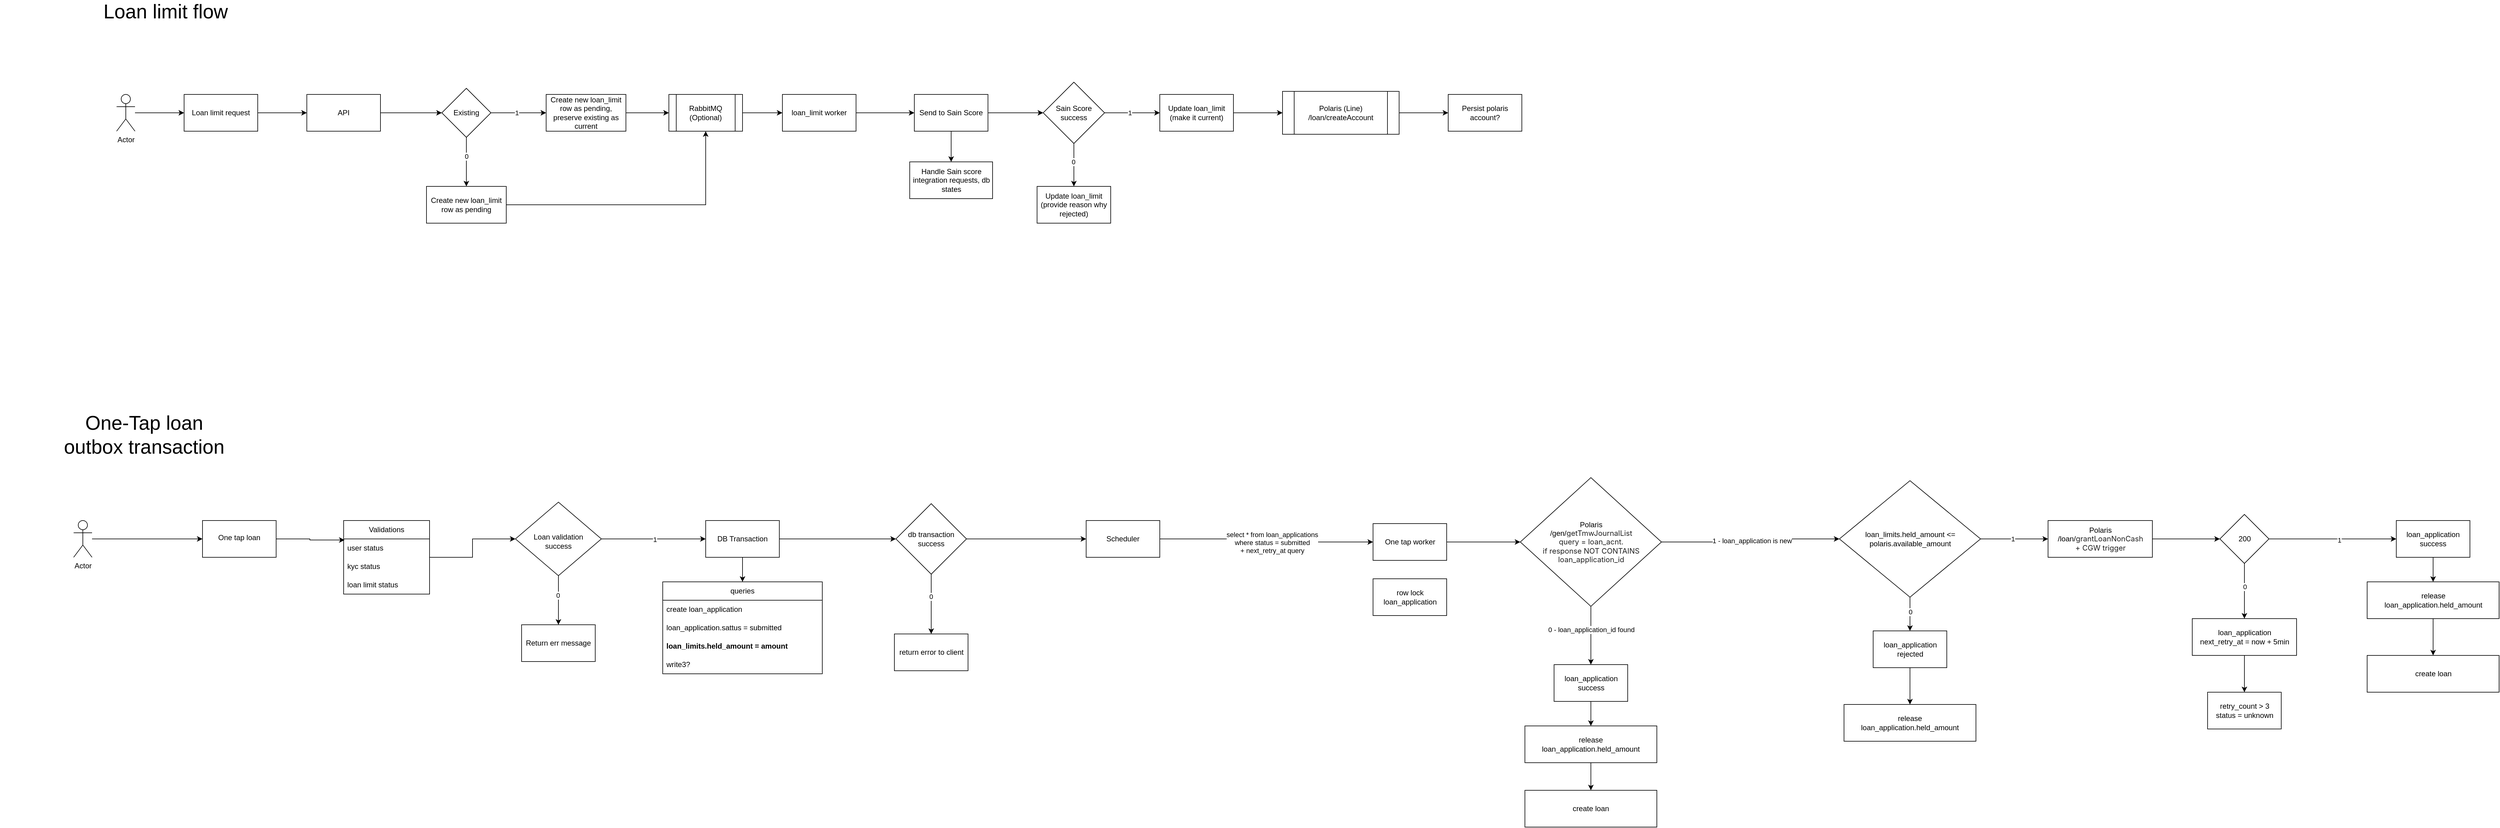
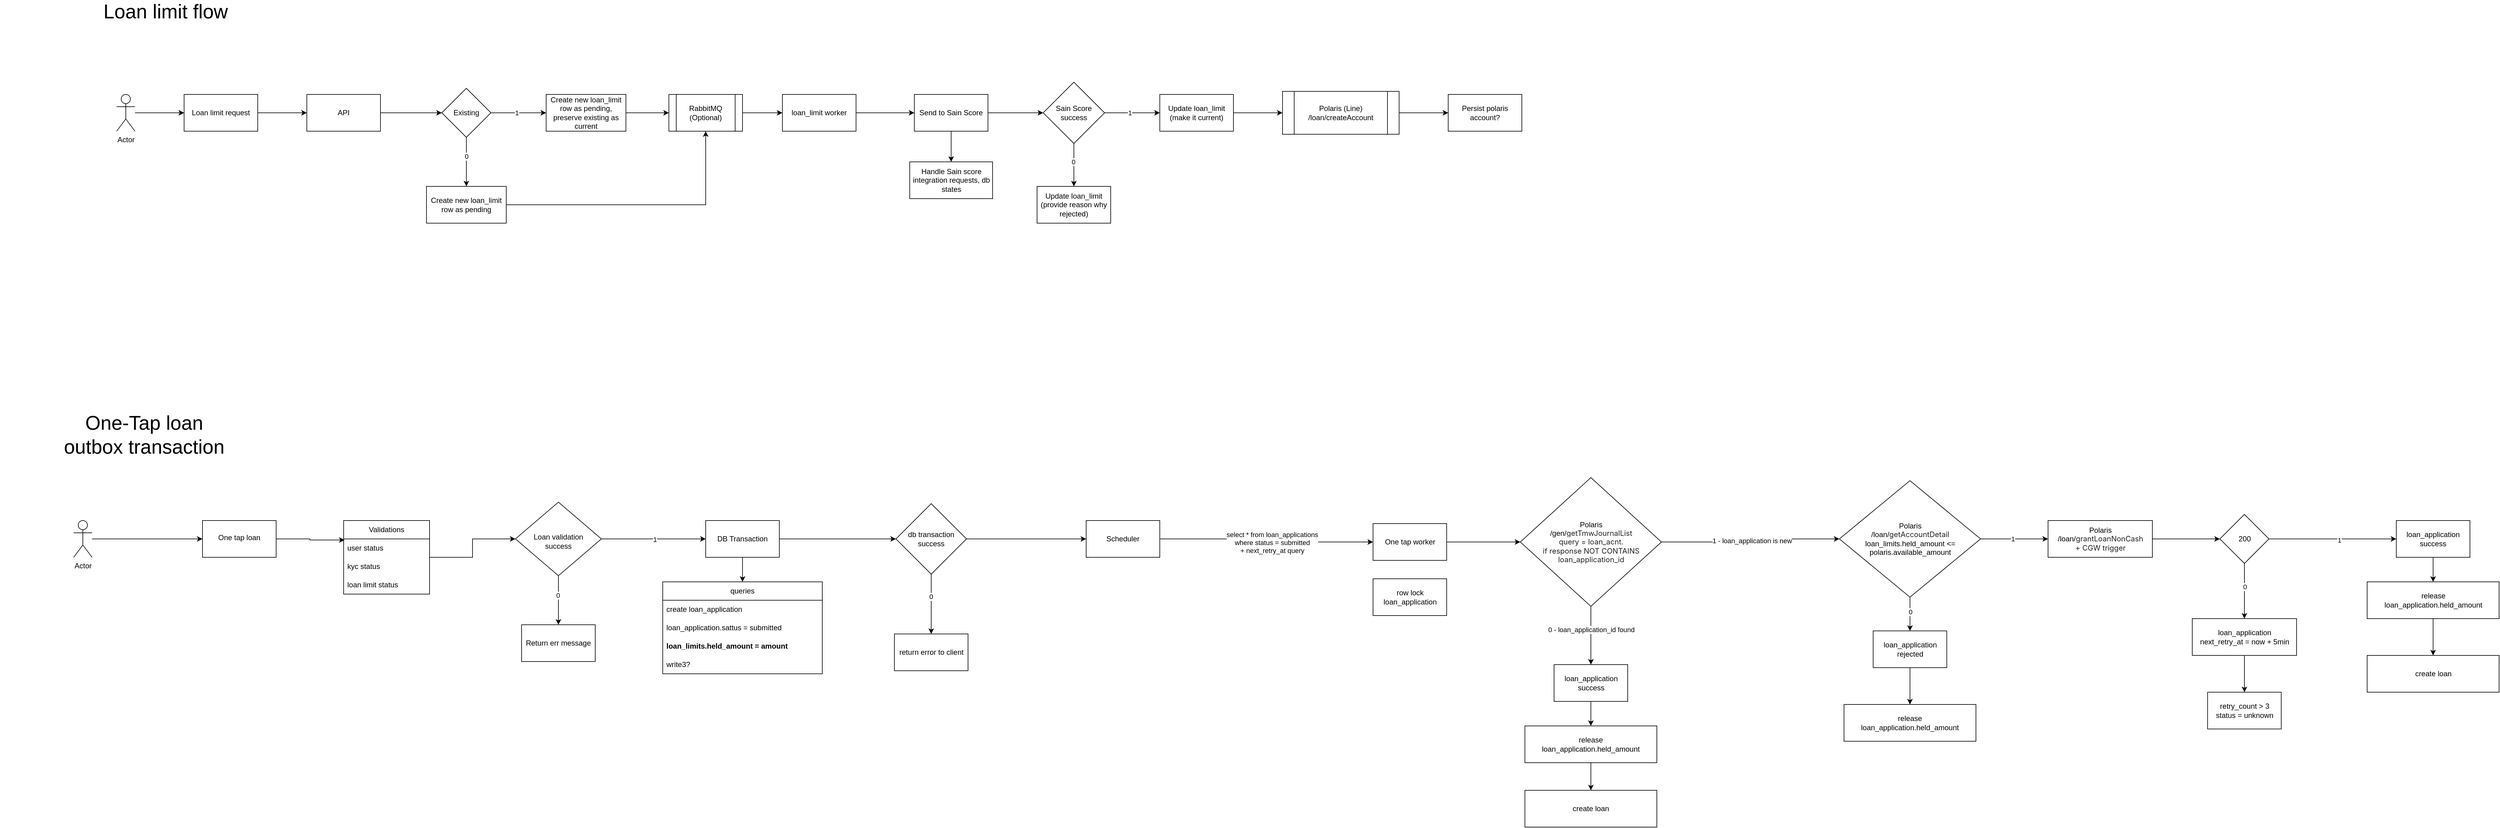
<mxfile host="app.diagrams.net">
  <diagram name="Page-1" id="VCBSuIh8bz7kurrQ0Zaz">
    <mxGraphModel dx="2067" dy="712" grid="1" gridSize="10" guides="1" tooltips="1" connect="1" arrows="1" fold="1" page="1" pageScale="1" pageWidth="850" pageHeight="1100" math="0" shadow="0">
      <root>
        <mxCell id="0" />
        <mxCell id="1" parent="0" />
        <mxCell id="KqixbsF9o6dLofBvsG9t-5" edge="1" parent="1" source="KqixbsF9o6dLofBvsG9t-1" style="edgeStyle=orthogonalEdgeStyle;rounded=0;orthogonalLoop=1;jettySize=auto;html=1;" target="KqixbsF9o6dLofBvsG9t-4" value="">
          <mxGeometry relative="1" as="geometry" />
        </mxCell>
        <mxCell id="KqixbsF9o6dLofBvsG9t-1" parent="1" style="rounded=0;whiteSpace=wrap;html=1;" value="Loan limit request" vertex="1">
          <mxGeometry height="60" width="120" x="150" y="210" as="geometry" />
        </mxCell>
        <mxCell id="KqixbsF9o6dLofBvsG9t-3" edge="1" parent="1" source="KqixbsF9o6dLofBvsG9t-2" style="edgeStyle=orthogonalEdgeStyle;rounded=0;orthogonalLoop=1;jettySize=auto;html=1;" target="KqixbsF9o6dLofBvsG9t-1" value="">
          <mxGeometry relative="1" as="geometry" />
        </mxCell>
        <mxCell id="KqixbsF9o6dLofBvsG9t-2" parent="1" style="shape=umlActor;verticalLabelPosition=bottom;verticalAlign=top;html=1;outlineConnect=0;" value="Actor" vertex="1">
          <mxGeometry height="60" width="30" x="40" y="210" as="geometry" />
        </mxCell>
        <mxCell id="KqixbsF9o6dLofBvsG9t-9" edge="1" parent="1" source="KqixbsF9o6dLofBvsG9t-4" style="edgeStyle=orthogonalEdgeStyle;rounded=0;orthogonalLoop=1;jettySize=auto;html=1;" target="KqixbsF9o6dLofBvsG9t-8" value="">
          <mxGeometry relative="1" as="geometry" />
        </mxCell>
        <mxCell id="KqixbsF9o6dLofBvsG9t-4" parent="1" style="rounded=0;whiteSpace=wrap;html=1;" value="API" vertex="1">
          <mxGeometry height="60" width="120" x="350" y="210" as="geometry" />
        </mxCell>
        <mxCell id="KqixbsF9o6dLofBvsG9t-11" edge="1" parent="1" source="KqixbsF9o6dLofBvsG9t-8" style="edgeStyle=orthogonalEdgeStyle;rounded=0;orthogonalLoop=1;jettySize=auto;html=1;" target="KqixbsF9o6dLofBvsG9t-10" value="">
          <mxGeometry relative="1" as="geometry" />
        </mxCell>
        <mxCell id="KqixbsF9o6dLofBvsG9t-12" connectable="0" parent="KqixbsF9o6dLofBvsG9t-11" style="edgeLabel;html=1;align=center;verticalAlign=middle;resizable=0;points=[];" value="1" vertex="1">
          <mxGeometry relative="1" x="-0.079" as="geometry">
            <mxPoint as="offset" />
          </mxGeometry>
        </mxCell>
        <mxCell id="KqixbsF9o6dLofBvsG9t-14" edge="1" parent="1" source="KqixbsF9o6dLofBvsG9t-8" style="edgeStyle=orthogonalEdgeStyle;rounded=0;orthogonalLoop=1;jettySize=auto;html=1;" target="KqixbsF9o6dLofBvsG9t-13" value="">
          <mxGeometry relative="1" as="geometry" />
        </mxCell>
        <mxCell id="KqixbsF9o6dLofBvsG9t-15" connectable="0" parent="KqixbsF9o6dLofBvsG9t-14" style="edgeLabel;html=1;align=center;verticalAlign=middle;resizable=0;points=[];" value="0" vertex="1">
          <mxGeometry relative="1" x="-0.2407" as="geometry">
            <mxPoint as="offset" />
          </mxGeometry>
        </mxCell>
        <mxCell id="KqixbsF9o6dLofBvsG9t-8" parent="1" style="rhombus;whiteSpace=wrap;html=1;rounded=0;" value="Existing" vertex="1">
          <mxGeometry height="80" width="80" x="570" y="200" as="geometry" />
        </mxCell>
        <mxCell id="KqixbsF9o6dLofBvsG9t-23" edge="1" parent="1" source="KqixbsF9o6dLofBvsG9t-10" style="edgeStyle=orthogonalEdgeStyle;rounded=0;orthogonalLoop=1;jettySize=auto;html=1;" target="KqixbsF9o6dLofBvsG9t-22" value="">
          <mxGeometry relative="1" as="geometry" />
        </mxCell>
        <mxCell id="KqixbsF9o6dLofBvsG9t-10" parent="1" style="whiteSpace=wrap;html=1;rounded=0;" value="Create new loan_limit row as pending, preserve existing as current" vertex="1">
          <mxGeometry height="60" width="130" x="740" y="210" as="geometry" />
        </mxCell>
        <mxCell id="KqixbsF9o6dLofBvsG9t-26" edge="1" parent="1" source="KqixbsF9o6dLofBvsG9t-13" style="edgeStyle=orthogonalEdgeStyle;rounded=0;orthogonalLoop=1;jettySize=auto;html=1;entryX=0.5;entryY=1;entryDx=0;entryDy=0;" target="KqixbsF9o6dLofBvsG9t-22">
          <mxGeometry relative="1" as="geometry" />
        </mxCell>
        <mxCell id="KqixbsF9o6dLofBvsG9t-13" parent="1" style="whiteSpace=wrap;html=1;rounded=0;" value="Create new loan_limit row as pending" vertex="1">
          <mxGeometry height="60" width="130" x="545" y="360" as="geometry" />
        </mxCell>
        <mxCell id="KqixbsF9o6dLofBvsG9t-25" edge="1" parent="1" source="KqixbsF9o6dLofBvsG9t-22" style="edgeStyle=orthogonalEdgeStyle;rounded=0;orthogonalLoop=1;jettySize=auto;html=1;" target="KqixbsF9o6dLofBvsG9t-24" value="">
          <mxGeometry relative="1" as="geometry" />
        </mxCell>
        <mxCell id="KqixbsF9o6dLofBvsG9t-22" parent="1" style="shape=process;whiteSpace=wrap;html=1;backgroundOutline=1;rounded=0;" value="RabbitMQ (Optional)" vertex="1">
          <mxGeometry height="60" width="120" x="940" y="210" as="geometry" />
        </mxCell>
        <mxCell id="KqixbsF9o6dLofBvsG9t-28" edge="1" parent="1" source="KqixbsF9o6dLofBvsG9t-24" style="edgeStyle=orthogonalEdgeStyle;rounded=0;orthogonalLoop=1;jettySize=auto;html=1;" target="KqixbsF9o6dLofBvsG9t-27" value="">
          <mxGeometry relative="1" as="geometry" />
        </mxCell>
        <mxCell id="KqixbsF9o6dLofBvsG9t-24" parent="1" style="whiteSpace=wrap;html=1;rounded=0;" value="loan_limit worker" vertex="1">
          <mxGeometry height="60" width="120" x="1125" y="210" as="geometry" />
        </mxCell>
        <mxCell id="KqixbsF9o6dLofBvsG9t-30" edge="1" parent="1" source="KqixbsF9o6dLofBvsG9t-27" style="edgeStyle=orthogonalEdgeStyle;rounded=0;orthogonalLoop=1;jettySize=auto;html=1;" target="KqixbsF9o6dLofBvsG9t-29" value="">
          <mxGeometry relative="1" as="geometry" />
        </mxCell>
        <mxCell id="KqixbsF9o6dLofBvsG9t-38" edge="1" parent="1" source="KqixbsF9o6dLofBvsG9t-27" style="edgeStyle=orthogonalEdgeStyle;rounded=0;orthogonalLoop=1;jettySize=auto;html=1;" target="KqixbsF9o6dLofBvsG9t-37" value="">
          <mxGeometry relative="1" as="geometry" />
        </mxCell>
        <mxCell id="KqixbsF9o6dLofBvsG9t-27" parent="1" style="whiteSpace=wrap;html=1;rounded=0;" value="Send to Sain Score" vertex="1">
          <mxGeometry height="60" width="120" x="1340" y="210" as="geometry" />
        </mxCell>
        <mxCell id="KqixbsF9o6dLofBvsG9t-32" edge="1" parent="1" source="KqixbsF9o6dLofBvsG9t-29" style="edgeStyle=orthogonalEdgeStyle;rounded=0;orthogonalLoop=1;jettySize=auto;html=1;" target="KqixbsF9o6dLofBvsG9t-31" value="">
          <mxGeometry relative="1" as="geometry" />
        </mxCell>
        <mxCell id="KqixbsF9o6dLofBvsG9t-33" connectable="0" parent="KqixbsF9o6dLofBvsG9t-32" style="edgeLabel;html=1;align=center;verticalAlign=middle;resizable=0;points=[];" value="1" vertex="1">
          <mxGeometry relative="1" x="-0.1048" as="geometry">
            <mxPoint as="offset" />
          </mxGeometry>
        </mxCell>
        <mxCell id="KqixbsF9o6dLofBvsG9t-35" edge="1" parent="1" source="KqixbsF9o6dLofBvsG9t-29" style="edgeStyle=orthogonalEdgeStyle;rounded=0;orthogonalLoop=1;jettySize=auto;html=1;" target="KqixbsF9o6dLofBvsG9t-34" value="">
          <mxGeometry relative="1" as="geometry" />
        </mxCell>
        <mxCell id="KqixbsF9o6dLofBvsG9t-36" connectable="0" parent="KqixbsF9o6dLofBvsG9t-35" style="edgeLabel;html=1;align=center;verticalAlign=middle;resizable=0;points=[];" value="0" vertex="1">
          <mxGeometry relative="1" x="-0.1429" y="-1" as="geometry">
            <mxPoint as="offset" />
          </mxGeometry>
        </mxCell>
        <mxCell id="KqixbsF9o6dLofBvsG9t-29" parent="1" style="rhombus;whiteSpace=wrap;html=1;rounded=0;" value="Sain Score success" vertex="1">
          <mxGeometry height="100" width="100" x="1550" y="190" as="geometry" />
        </mxCell>
        <mxCell id="KqixbsF9o6dLofBvsG9t-66" edge="1" parent="1" source="KqixbsF9o6dLofBvsG9t-31" style="edgeStyle=orthogonalEdgeStyle;rounded=0;orthogonalLoop=1;jettySize=auto;html=1;" target="KqixbsF9o6dLofBvsG9t-65" value="">
          <mxGeometry relative="1" as="geometry" />
        </mxCell>
        <mxCell id="KqixbsF9o6dLofBvsG9t-31" parent="1" style="whiteSpace=wrap;html=1;rounded=0;" value="Update loan_limit (make it current)" vertex="1">
          <mxGeometry height="60" width="120" x="1740" y="210" as="geometry" />
        </mxCell>
        <mxCell id="KqixbsF9o6dLofBvsG9t-34" parent="1" style="whiteSpace=wrap;html=1;rounded=0;" value="Update loan_limit&lt;br&gt;(provide reason why rejected)" vertex="1">
          <mxGeometry height="60" width="120" x="1540" y="360" as="geometry" />
        </mxCell>
        <mxCell id="KqixbsF9o6dLofBvsG9t-37" parent="1" style="whiteSpace=wrap;html=1;rounded=0;" value="Handle Sain score integration requests, db states" vertex="1">
          <mxGeometry height="60" width="135" x="1332.5" y="320" as="geometry" />
        </mxCell>
        <mxCell id="KqixbsF9o6dLofBvsG9t-40" parent="1" style="text;html=1;whiteSpace=wrap;strokeColor=none;fillColor=none;align=center;verticalAlign=middle;rounded=0;fontSize=32;" value="Loan limit flow" vertex="1">
          <mxGeometry height="30" width="260" x="-10" y="60" as="geometry" />
        </mxCell>
        <mxCell id="KqixbsF9o6dLofBvsG9t-74" edge="1" parent="1" source="KqixbsF9o6dLofBvsG9t-65" style="edgeStyle=orthogonalEdgeStyle;rounded=0;orthogonalLoop=1;jettySize=auto;html=1;" target="KqixbsF9o6dLofBvsG9t-73" value="">
          <mxGeometry relative="1" as="geometry" />
        </mxCell>
        <mxCell id="KqixbsF9o6dLofBvsG9t-65" parent="1" style="shape=process;whiteSpace=wrap;html=1;backgroundOutline=1;rounded=0;" value="Polaris (Line)&lt;br&gt;/loan/createAccount" vertex="1">
          <mxGeometry height="70" width="190" x="1940" y="205" as="geometry" />
        </mxCell>
        <mxCell id="KqixbsF9o6dLofBvsG9t-73" parent="1" style="whiteSpace=wrap;html=1;rounded=0;" value="Persist polaris account?" vertex="1">
          <mxGeometry height="60" width="120" x="2210" y="210" as="geometry" />
        </mxCell>
        <mxCell id="U8Ajh8Gpa-m2DNKNFQys-1" parent="1" style="text;html=1;whiteSpace=wrap;strokeColor=none;fillColor=none;align=center;verticalAlign=middle;rounded=0;fontSize=32;" value="One-Tap loan&lt;br&gt;outbox transaction" vertex="1">
          <mxGeometry height="30" width="470" x="-150" y="750" as="geometry" />
        </mxCell>
        <mxCell id="In8fDh9ZLN2M87an2Miy-1" edge="1" parent="1" source="In8fDh9ZLN2M87an2Miy-2" style="edgeStyle=orthogonalEdgeStyle;rounded=0;orthogonalLoop=1;jettySize=auto;html=1;" target="In8fDh9ZLN2M87an2Miy-4" value="">
          <mxGeometry relative="1" as="geometry" />
        </mxCell>
        <mxCell id="In8fDh9ZLN2M87an2Miy-2" parent="1" style="shape=umlActor;verticalLabelPosition=bottom;verticalAlign=top;html=1;outlineConnect=0;" value="Actor" vertex="1">
          <mxGeometry height="60" width="30" x="-30" y="905" as="geometry" />
        </mxCell>
        <mxCell id="In8fDh9ZLN2M87an2Miy-3" edge="1" parent="1" source="In8fDh9ZLN2M87an2Miy-4" style="edgeStyle=orthogonalEdgeStyle;rounded=0;orthogonalLoop=1;jettySize=auto;html=1;entryX=0.011;entryY=0.06;entryDx=0;entryDy=0;entryPerimeter=0;" target="In8fDh9ZLN2M87an2Miy-28" value="">
          <mxGeometry relative="1" as="geometry">
            <mxPoint x="390" y="935" as="targetPoint" />
          </mxGeometry>
        </mxCell>
        <mxCell id="In8fDh9ZLN2M87an2Miy-4" parent="1" style="whiteSpace=wrap;html=1;verticalAlign=top;" value="&lt;div&gt;&lt;br&gt;&lt;/div&gt;&lt;div&gt;One tap loan&lt;/div&gt;" vertex="1">
          <mxGeometry height="60" width="120" x="180" y="905" as="geometry" />
        </mxCell>
        <mxCell id="In8fDh9ZLN2M87an2Miy-5" edge="1" parent="1" source="In8fDh9ZLN2M87an2Miy-9" style="edgeStyle=orthogonalEdgeStyle;rounded=0;orthogonalLoop=1;jettySize=auto;html=1;" target="In8fDh9ZLN2M87an2Miy-12" value="">
          <mxGeometry relative="1" as="geometry" />
        </mxCell>
        <mxCell id="In8fDh9ZLN2M87an2Miy-6" connectable="0" parent="In8fDh9ZLN2M87an2Miy-5" style="edgeLabel;html=1;align=center;verticalAlign=middle;resizable=0;points=[];" value="1" vertex="1">
          <mxGeometry relative="1" x="0.0162" y="-1" as="geometry">
            <mxPoint as="offset" />
          </mxGeometry>
        </mxCell>
        <mxCell id="In8fDh9ZLN2M87an2Miy-7" edge="1" parent="1" source="In8fDh9ZLN2M87an2Miy-9" style="edgeStyle=orthogonalEdgeStyle;rounded=0;orthogonalLoop=1;jettySize=auto;html=1;" target="In8fDh9ZLN2M87an2Miy-13" value="">
          <mxGeometry relative="1" as="geometry" />
        </mxCell>
        <mxCell id="In8fDh9ZLN2M87an2Miy-8" connectable="0" parent="In8fDh9ZLN2M87an2Miy-7" style="edgeLabel;html=1;align=center;verticalAlign=middle;resizable=0;points=[];" value="0" vertex="1">
          <mxGeometry relative="1" x="-0.2091" y="-1" as="geometry">
            <mxPoint as="offset" />
          </mxGeometry>
        </mxCell>
        <mxCell id="In8fDh9ZLN2M87an2Miy-9" parent="1" style="rhombus;whiteSpace=wrap;html=1;verticalAlign=top;" value="&lt;br&gt;&lt;br&gt;&lt;div&gt;&lt;br&gt;&lt;/div&gt;&lt;div&gt;Loan validation&lt;br&gt;success&lt;/div&gt;" vertex="1">
          <mxGeometry height="120" width="140" x="690" y="875" as="geometry" />
        </mxCell>
        <mxCell id="In8fDh9ZLN2M87an2Miy-10" edge="1" parent="1" source="In8fDh9ZLN2M87an2Miy-12" style="edgeStyle=orthogonalEdgeStyle;rounded=0;orthogonalLoop=1;jettySize=auto;html=1;entryX=0.5;entryY=0;entryDx=0;entryDy=0;" target="In8fDh9ZLN2M87an2Miy-14">
          <mxGeometry relative="1" as="geometry" />
        </mxCell>
        <mxCell id="In8fDh9ZLN2M87an2Miy-54" edge="1" parent="1" source="In8fDh9ZLN2M87an2Miy-105" style="edgeStyle=orthogonalEdgeStyle;rounded=0;orthogonalLoop=1;jettySize=auto;html=1;exitX=1;exitY=0.5;exitDx=0;exitDy=0;" target="In8fDh9ZLN2M87an2Miy-53" value="">
          <mxGeometry relative="1" as="geometry">
            <mxPoint x="1830" y="940" as="sourcePoint" />
          </mxGeometry>
        </mxCell>
        <mxCell id="In8fDh9ZLN2M87an2Miy-55" connectable="0" parent="In8fDh9ZLN2M87an2Miy-54" style="edgeLabel;html=1;align=center;verticalAlign=middle;resizable=0;points=[];" value="select * from loan_applications&lt;br&gt;where status = submitted&lt;br&gt;+ next_retry_at query" vertex="1">
          <mxGeometry relative="1" x="0.0637" y="-1" as="geometry">
            <mxPoint as="offset" />
          </mxGeometry>
        </mxCell>
        <mxCell id="In8fDh9ZLN2M87an2Miy-99" edge="1" parent="1" source="In8fDh9ZLN2M87an2Miy-12" style="edgeStyle=orthogonalEdgeStyle;rounded=0;orthogonalLoop=1;jettySize=auto;html=1;" target="In8fDh9ZLN2M87an2Miy-98" value="">
          <mxGeometry relative="1" as="geometry" />
        </mxCell>
        <mxCell id="In8fDh9ZLN2M87an2Miy-12" parent="1" style="whiteSpace=wrap;html=1;verticalAlign=middle;" value="DB Transaction" vertex="1">
          <mxGeometry height="60" width="120" x="1000" y="905" as="geometry" />
        </mxCell>
        <mxCell id="In8fDh9ZLN2M87an2Miy-13" parent="1" style="whiteSpace=wrap;html=1;verticalAlign=middle;" value="Return err message" vertex="1">
          <mxGeometry height="60" width="120" x="700" y="1075" as="geometry" />
        </mxCell>
        <mxCell id="In8fDh9ZLN2M87an2Miy-14" parent="1" style="swimlane;fontStyle=0;childLayout=stackLayout;horizontal=1;startSize=30;horizontalStack=0;resizeParent=1;resizeParentMax=0;resizeLast=0;collapsible=1;marginBottom=0;whiteSpace=wrap;html=1;" value="queries" vertex="1">
          <mxGeometry height="150" width="260" x="930" y="1005" as="geometry" />
        </mxCell>
        <mxCell id="In8fDh9ZLN2M87an2Miy-15" parent="In8fDh9ZLN2M87an2Miy-14" style="text;strokeColor=none;fillColor=none;align=left;verticalAlign=middle;spacingLeft=4;spacingRight=4;overflow=hidden;points=[[0,0.5],[1,0.5]];portConstraint=eastwest;rotatable=0;whiteSpace=wrap;html=1;" value="create loan_application" vertex="1">
          <mxGeometry height="30" width="260" y="30" as="geometry" />
        </mxCell>
        <mxCell id="In8fDh9ZLN2M87an2Miy-104" parent="In8fDh9ZLN2M87an2Miy-14" style="text;strokeColor=none;fillColor=none;align=left;verticalAlign=middle;spacingLeft=4;spacingRight=4;overflow=hidden;points=[[0,0.5],[1,0.5]];portConstraint=eastwest;rotatable=0;whiteSpace=wrap;html=1;" value="loan_application.sattus = submitted" vertex="1">
          <mxGeometry height="30" width="260" y="60" as="geometry" />
        </mxCell>
        <mxCell id="In8fDh9ZLN2M87an2Miy-16" parent="In8fDh9ZLN2M87an2Miy-14" style="text;strokeColor=none;fillColor=none;align=left;verticalAlign=middle;spacingLeft=4;spacingRight=4;overflow=hidden;points=[[0,0.5],[1,0.5]];portConstraint=eastwest;rotatable=0;whiteSpace=wrap;html=1;fontStyle=1" value="loan_limits.held_amount = amount" vertex="1">
          <mxGeometry height="30" width="260" y="90" as="geometry" />
        </mxCell>
        <mxCell id="In8fDh9ZLN2M87an2Miy-17" parent="In8fDh9ZLN2M87an2Miy-14" style="text;strokeColor=none;fillColor=none;align=left;verticalAlign=middle;spacingLeft=4;spacingRight=4;overflow=hidden;points=[[0,0.5],[1,0.5]];portConstraint=eastwest;rotatable=0;whiteSpace=wrap;html=1;" value="write3?" vertex="1">
          <mxGeometry height="30" width="260" y="120" as="geometry" />
        </mxCell>
        <mxCell id="In8fDh9ZLN2M87an2Miy-32" edge="1" parent="1" source="In8fDh9ZLN2M87an2Miy-27" style="edgeStyle=orthogonalEdgeStyle;rounded=0;orthogonalLoop=1;jettySize=auto;html=1;entryX=0;entryY=0.5;entryDx=0;entryDy=0;" target="In8fDh9ZLN2M87an2Miy-9">
          <mxGeometry relative="1" as="geometry" />
        </mxCell>
        <mxCell id="In8fDh9ZLN2M87an2Miy-27" parent="1" style="swimlane;fontStyle=0;childLayout=stackLayout;horizontal=1;startSize=30;horizontalStack=0;resizeParent=1;resizeParentMax=0;resizeLast=0;collapsible=1;marginBottom=0;whiteSpace=wrap;html=1;" value="Validations" vertex="1">
          <mxGeometry height="120" width="140" x="410" y="905" as="geometry" />
        </mxCell>
        <mxCell id="In8fDh9ZLN2M87an2Miy-28" parent="In8fDh9ZLN2M87an2Miy-27" style="text;strokeColor=none;fillColor=none;align=left;verticalAlign=middle;spacingLeft=4;spacingRight=4;overflow=hidden;points=[[0,0.5],[1,0.5]];portConstraint=eastwest;rotatable=0;whiteSpace=wrap;html=1;" value="user status" vertex="1">
          <mxGeometry height="30" width="140" y="30" as="geometry" />
        </mxCell>
        <mxCell id="In8fDh9ZLN2M87an2Miy-29" parent="In8fDh9ZLN2M87an2Miy-27" style="text;strokeColor=none;fillColor=none;align=left;verticalAlign=middle;spacingLeft=4;spacingRight=4;overflow=hidden;points=[[0,0.5],[1,0.5]];portConstraint=eastwest;rotatable=0;whiteSpace=wrap;html=1;" value="kyc status" vertex="1">
          <mxGeometry height="30" width="140" y="60" as="geometry" />
        </mxCell>
        <mxCell id="In8fDh9ZLN2M87an2Miy-33" parent="In8fDh9ZLN2M87an2Miy-27" style="text;strokeColor=none;fillColor=none;align=left;verticalAlign=middle;spacingLeft=4;spacingRight=4;overflow=hidden;points=[[0,0.5],[1,0.5]];portConstraint=eastwest;rotatable=0;whiteSpace=wrap;html=1;" value="loan limit status" vertex="1">
          <mxGeometry height="30" width="140" y="90" as="geometry" />
        </mxCell>
        <mxCell id="In8fDh9ZLN2M87an2Miy-70" edge="1" parent="1" source="In8fDh9ZLN2M87an2Miy-53" style="edgeStyle=orthogonalEdgeStyle;rounded=0;orthogonalLoop=1;jettySize=auto;html=1;entryX=0;entryY=0.5;entryDx=0;entryDy=0;" target="In8fDh9ZLN2M87an2Miy-69">
          <mxGeometry relative="1" as="geometry" />
        </mxCell>
        <mxCell id="In8fDh9ZLN2M87an2Miy-53" parent="1" style="whiteSpace=wrap;html=1;" value="One tap worker" vertex="1">
          <mxGeometry height="60" width="120" x="2087.5" y="910" as="geometry" />
        </mxCell>
        <mxCell id="In8fDh9ZLN2M87an2Miy-67" edge="1" parent="1" source="In8fDh9ZLN2M87an2Miy-58" style="edgeStyle=orthogonalEdgeStyle;rounded=0;orthogonalLoop=1;jettySize=auto;html=1;entryX=0;entryY=0.5;entryDx=0;entryDy=0;" target="In8fDh9ZLN2M87an2Miy-66" value="">
          <mxGeometry relative="1" as="geometry">
            <mxPoint x="3482.5" y="935" as="targetPoint" />
          </mxGeometry>
        </mxCell>
        <mxCell id="In8fDh9ZLN2M87an2Miy-58" parent="1" style="whiteSpace=wrap;html=1;" value="Polaris /loan/&lt;span style=&quot;color: rgb(33, 33, 33); font-family: Inter, system-ui, -apple-system, &amp;quot;system-ui&amp;quot;, &amp;quot;Segoe UI&amp;quot;, Roboto, Oxygen, Ubuntu, Cantarell, &amp;quot;Fira Sans&amp;quot;, &amp;quot;Droid Sans&amp;quot;, Helvetica, Arial, sans-serif; text-align: left; white-space: pre-wrap; background-color: rgb(255, 255, 255);&quot;&gt;grantLoanNonCash&lt;br/&gt;+ CGW trigger&lt;/span&gt;" vertex="1">
          <mxGeometry height="60" width="170" x="3187.5" y="905" as="geometry" />
        </mxCell>
        <mxCell id="In8fDh9ZLN2M87an2Miy-62" edge="1" parent="1" source="In8fDh9ZLN2M87an2Miy-59" style="edgeStyle=orthogonalEdgeStyle;rounded=0;orthogonalLoop=1;jettySize=auto;html=1;" target="In8fDh9ZLN2M87an2Miy-61" value="">
          <mxGeometry relative="1" as="geometry" />
        </mxCell>
        <mxCell id="In8fDh9ZLN2M87an2Miy-91" connectable="0" parent="In8fDh9ZLN2M87an2Miy-62" style="edgeLabel;html=1;align=center;verticalAlign=middle;resizable=0;points=[];" value="0" vertex="1">
          <mxGeometry relative="1" x="-0.1431" as="geometry">
            <mxPoint as="offset" />
          </mxGeometry>
        </mxCell>
        <mxCell id="In8fDh9ZLN2M87an2Miy-65" edge="1" parent="1" source="In8fDh9ZLN2M87an2Miy-59" style="edgeStyle=orthogonalEdgeStyle;rounded=0;orthogonalLoop=1;jettySize=auto;html=1;" target="In8fDh9ZLN2M87an2Miy-58">
          <mxGeometry relative="1" as="geometry" />
        </mxCell>
        <mxCell id="In8fDh9ZLN2M87an2Miy-90" connectable="0" parent="In8fDh9ZLN2M87an2Miy-65" style="edgeLabel;html=1;align=center;verticalAlign=middle;resizable=0;points=[];" value="1" vertex="1">
          <mxGeometry relative="1" x="-0.0451" as="geometry">
            <mxPoint as="offset" />
          </mxGeometry>
        </mxCell>
-         <mxCell id="In8fDh9ZLN2M87an2Miy-59" parent="1" style="rhombus;whiteSpace=wrap;html=1;" value="loan_limits.held_amount &amp;lt;= polaris.available_amount" vertex="1">
+         <mxCell id="In8fDh9ZLN2M87an2Miy-59" parent="1" style="rhombus;whiteSpace=wrap;html=1;" value="Polaris&lt;br&gt;/loan/&lt;span style=&quot;color: rgb(33, 33, 33); font-family: Inter, system-ui, -apple-system, &amp;quot;system-ui&amp;quot;, &amp;quot;Segoe UI&amp;quot;, Roboto, Oxygen, Ubuntu, Cantarell, &amp;quot;Fira Sans&amp;quot;, &amp;quot;Droid Sans&amp;quot;, Helvetica, Arial, sans-serif; text-align: left; white-space: pre-wrap; background-color: rgb(255, 255, 255);&quot;&gt;getAccountDetail&lt;/span&gt;&lt;br&gt;loan_limits.held_amount &amp;lt;= polaris.available_amount" vertex="1">
          <mxGeometry height="190" width="230" x="2847.5" y="840" as="geometry" />
        </mxCell>
        <mxCell id="In8fDh9ZLN2M87an2Miy-64" edge="1" parent="1" source="In8fDh9ZLN2M87an2Miy-61" style="edgeStyle=orthogonalEdgeStyle;rounded=0;orthogonalLoop=1;jettySize=auto;html=1;" target="In8fDh9ZLN2M87an2Miy-63" value="">
          <mxGeometry relative="1" as="geometry" />
        </mxCell>
        <mxCell id="In8fDh9ZLN2M87an2Miy-61" parent="1" style="whiteSpace=wrap;html=1;" value="loan_application&lt;br&gt;rejected" vertex="1">
          <mxGeometry height="60" width="120" x="2902.5" y="1085" as="geometry" />
        </mxCell>
        <mxCell id="In8fDh9ZLN2M87an2Miy-63" parent="1" style="whiteSpace=wrap;html=1;" value="release &lt;br&gt;loan_application.held_amount" vertex="1">
          <mxGeometry height="60" width="215" x="2855" y="1205" as="geometry" />
        </mxCell>
        <mxCell id="In8fDh9ZLN2M87an2Miy-81" edge="1" parent="1" source="In8fDh9ZLN2M87an2Miy-66" style="edgeStyle=orthogonalEdgeStyle;rounded=0;orthogonalLoop=1;jettySize=auto;html=1;entryX=0;entryY=0.5;entryDx=0;entryDy=0;" target="In8fDh9ZLN2M87an2Miy-79">
          <mxGeometry relative="1" as="geometry" />
        </mxCell>
        <mxCell id="In8fDh9ZLN2M87an2Miy-92" connectable="0" parent="In8fDh9ZLN2M87an2Miy-81" style="edgeLabel;html=1;align=center;verticalAlign=middle;resizable=0;points=[];" value="1" vertex="1">
          <mxGeometry relative="1" x="0.1055" y="-2" as="geometry">
            <mxPoint as="offset" />
          </mxGeometry>
        </mxCell>
        <mxCell id="In8fDh9ZLN2M87an2Miy-83" edge="1" parent="1" source="In8fDh9ZLN2M87an2Miy-66" style="edgeStyle=orthogonalEdgeStyle;rounded=0;orthogonalLoop=1;jettySize=auto;html=1;" target="In8fDh9ZLN2M87an2Miy-82" value="">
          <mxGeometry relative="1" as="geometry" />
        </mxCell>
        <mxCell id="In8fDh9ZLN2M87an2Miy-93" connectable="0" parent="In8fDh9ZLN2M87an2Miy-83" style="edgeLabel;html=1;align=center;verticalAlign=middle;resizable=0;points=[];" value="0" vertex="1">
          <mxGeometry relative="1" x="-0.1623" as="geometry">
            <mxPoint as="offset" />
          </mxGeometry>
        </mxCell>
        <mxCell id="In8fDh9ZLN2M87an2Miy-66" parent="1" style="rhombus;whiteSpace=wrap;html=1;" value="200" vertex="1">
          <mxGeometry height="80" width="80" x="3467.5" y="895" as="geometry" />
        </mxCell>
        <mxCell id="In8fDh9ZLN2M87an2Miy-68" parent="1" style="whiteSpace=wrap;html=1;" value="row lock&lt;br&gt;loan_application" vertex="1">
          <mxGeometry height="60" width="120" x="2087.5" y="1000" as="geometry" />
        </mxCell>
        <mxCell id="In8fDh9ZLN2M87an2Miy-71" edge="1" parent="1" source="In8fDh9ZLN2M87an2Miy-69" style="edgeStyle=orthogonalEdgeStyle;rounded=0;orthogonalLoop=1;jettySize=auto;html=1;entryX=0;entryY=0.5;entryDx=0;entryDy=0;" target="In8fDh9ZLN2M87an2Miy-59">
          <mxGeometry relative="1" as="geometry" />
        </mxCell>
        <mxCell id="In8fDh9ZLN2M87an2Miy-77" connectable="0" parent="In8fDh9ZLN2M87an2Miy-71" style="edgeLabel;html=1;align=center;verticalAlign=middle;resizable=0;points=[];" value="1 - loan_application is new" vertex="1">
          <mxGeometry relative="1" x="0.0312" y="-3" as="geometry">
            <mxPoint as="offset" />
          </mxGeometry>
        </mxCell>
        <mxCell id="In8fDh9ZLN2M87an2Miy-73" edge="1" parent="1" source="In8fDh9ZLN2M87an2Miy-69" style="edgeStyle=orthogonalEdgeStyle;rounded=0;orthogonalLoop=1;jettySize=auto;html=1;" target="In8fDh9ZLN2M87an2Miy-72" value="">
          <mxGeometry relative="1" as="geometry" />
        </mxCell>
        <mxCell id="In8fDh9ZLN2M87an2Miy-74" connectable="0" parent="In8fDh9ZLN2M87an2Miy-73" style="edgeLabel;html=1;align=center;verticalAlign=middle;resizable=0;points=[];" value="0 - loan_application_id found" vertex="1">
          <mxGeometry relative="1" x="-0.1975" as="geometry">
            <mxPoint as="offset" />
          </mxGeometry>
        </mxCell>
        <mxCell id="In8fDh9ZLN2M87an2Miy-69" parent="1" style="rhombus;whiteSpace=wrap;html=1;" value="Polaris&lt;br&gt;/gen/&lt;span style=&quot;white-space: pre-wrap; color: rgb(33, 33, 33); font-family: Inter, system-ui, -apple-system, &amp;quot;system-ui&amp;quot;, &amp;quot;Segoe UI&amp;quot;, Roboto, Oxygen, Ubuntu, Cantarell, &amp;quot;Fira Sans&amp;quot;, &amp;quot;Droid Sans&amp;quot;, Helvetica, Arial, sans-serif; text-align: left; background-color: rgb(255, 255, 255);&quot;&gt;getTmwJournalList&lt;br&gt;query = loan_acnt.&lt;br&gt;if response NOT CONTAINS&lt;br&gt;loan_application_id&lt;/span&gt;" vertex="1">
          <mxGeometry height="210" width="230" x="2327.5" y="835" as="geometry" />
        </mxCell>
        <mxCell id="In8fDh9ZLN2M87an2Miy-76" edge="1" parent="1" source="In8fDh9ZLN2M87an2Miy-72" style="edgeStyle=orthogonalEdgeStyle;rounded=0;orthogonalLoop=1;jettySize=auto;html=1;" target="In8fDh9ZLN2M87an2Miy-75" value="">
          <mxGeometry relative="1" as="geometry" />
        </mxCell>
        <mxCell id="In8fDh9ZLN2M87an2Miy-72" parent="1" style="whiteSpace=wrap;html=1;" value="loan_application&lt;br&gt;success" vertex="1">
          <mxGeometry height="60" width="120" x="2382.5" y="1140" as="geometry" />
        </mxCell>
        <mxCell id="In8fDh9ZLN2M87an2Miy-85" edge="1" parent="1" source="In8fDh9ZLN2M87an2Miy-75" style="edgeStyle=orthogonalEdgeStyle;rounded=0;orthogonalLoop=1;jettySize=auto;html=1;" target="In8fDh9ZLN2M87an2Miy-84" value="">
          <mxGeometry relative="1" as="geometry" />
        </mxCell>
        <mxCell id="In8fDh9ZLN2M87an2Miy-75" parent="1" style="whiteSpace=wrap;html=1;" value="release &lt;br&gt;loan_application.held_amount" vertex="1">
          <mxGeometry height="60" width="215" x="2335" y="1240" as="geometry" />
        </mxCell>
        <mxCell id="In8fDh9ZLN2M87an2Miy-78" edge="1" parent="1" source="In8fDh9ZLN2M87an2Miy-79" style="edgeStyle=orthogonalEdgeStyle;rounded=0;orthogonalLoop=1;jettySize=auto;html=1;" target="In8fDh9ZLN2M87an2Miy-80" value="">
          <mxGeometry relative="1" as="geometry" />
        </mxCell>
        <mxCell id="In8fDh9ZLN2M87an2Miy-79" parent="1" style="whiteSpace=wrap;html=1;" value="loan_application&lt;br&gt;success" vertex="1">
          <mxGeometry height="60" width="120" x="3755" y="905" as="geometry" />
        </mxCell>
        <mxCell id="In8fDh9ZLN2M87an2Miy-89" edge="1" parent="1" source="In8fDh9ZLN2M87an2Miy-80" style="edgeStyle=orthogonalEdgeStyle;rounded=0;orthogonalLoop=1;jettySize=auto;html=1;" target="In8fDh9ZLN2M87an2Miy-88" value="">
          <mxGeometry relative="1" as="geometry" />
        </mxCell>
        <mxCell id="In8fDh9ZLN2M87an2Miy-80" parent="1" style="whiteSpace=wrap;html=1;" value="release &lt;br&gt;loan_application.held_amount" vertex="1">
          <mxGeometry height="60" width="215" x="3707.5" y="1005" as="geometry" />
        </mxCell>
        <mxCell id="In8fDh9ZLN2M87an2Miy-95" edge="1" parent="1" source="In8fDh9ZLN2M87an2Miy-82" style="edgeStyle=orthogonalEdgeStyle;rounded=0;orthogonalLoop=1;jettySize=auto;html=1;" target="In8fDh9ZLN2M87an2Miy-94" value="">
          <mxGeometry relative="1" as="geometry" />
        </mxCell>
        <mxCell id="In8fDh9ZLN2M87an2Miy-82" parent="1" style="whiteSpace=wrap;html=1;" value="loan_application&lt;br&gt;next_retry_at = now + 5min" vertex="1">
          <mxGeometry height="60" width="170" x="3422.5" y="1065" as="geometry" />
        </mxCell>
        <mxCell id="In8fDh9ZLN2M87an2Miy-84" parent="1" style="whiteSpace=wrap;html=1;" value="create loan" vertex="1">
          <mxGeometry height="60" width="215" x="2335" y="1345" as="geometry" />
        </mxCell>
        <mxCell id="In8fDh9ZLN2M87an2Miy-88" parent="1" style="whiteSpace=wrap;html=1;" value="create loan" vertex="1">
          <mxGeometry height="60" width="215" x="3707.5" y="1125" as="geometry" />
        </mxCell>
        <mxCell id="In8fDh9ZLN2M87an2Miy-94" parent="1" style="whiteSpace=wrap;html=1;" value="retry_count &amp;gt; 3&lt;br&gt;status = unknown" vertex="1">
          <mxGeometry height="60" width="120" x="3447.5" y="1185" as="geometry" />
        </mxCell>
        <mxCell id="In8fDh9ZLN2M87an2Miy-101" edge="1" parent="1" source="In8fDh9ZLN2M87an2Miy-98" style="edgeStyle=orthogonalEdgeStyle;rounded=0;orthogonalLoop=1;jettySize=auto;html=1;" target="In8fDh9ZLN2M87an2Miy-100" value="">
          <mxGeometry relative="1" as="geometry" />
        </mxCell>
        <mxCell id="In8fDh9ZLN2M87an2Miy-103" connectable="0" parent="In8fDh9ZLN2M87an2Miy-101" style="edgeLabel;html=1;align=center;verticalAlign=middle;resizable=0;points=[];" value="0" vertex="1">
          <mxGeometry relative="1" x="-0.2536" y="-1" as="geometry">
            <mxPoint as="offset" />
          </mxGeometry>
        </mxCell>
        <mxCell id="In8fDh9ZLN2M87an2Miy-106" edge="1" parent="1" source="In8fDh9ZLN2M87an2Miy-98" style="edgeStyle=orthogonalEdgeStyle;rounded=0;orthogonalLoop=1;jettySize=auto;html=1;entryX=0;entryY=0.5;entryDx=0;entryDy=0;" target="In8fDh9ZLN2M87an2Miy-105">
          <mxGeometry relative="1" as="geometry" />
        </mxCell>
        <mxCell id="In8fDh9ZLN2M87an2Miy-98" parent="1" style="rhombus;whiteSpace=wrap;html=1;" value="db transaction success" vertex="1">
          <mxGeometry height="115" width="115" x="1310" y="877.5" as="geometry" />
        </mxCell>
        <mxCell id="In8fDh9ZLN2M87an2Miy-100" parent="1" style="whiteSpace=wrap;html=1;" value="return error to client" vertex="1">
          <mxGeometry height="60" width="120" x="1307.5" y="1090" as="geometry" />
        </mxCell>
        <mxCell id="In8fDh9ZLN2M87an2Miy-105" parent="1" style="rounded=0;whiteSpace=wrap;html=1;" value="Scheduler" vertex="1">
          <mxGeometry height="60" width="120" x="1620" y="905" as="geometry" />
        </mxCell>
      </root>
    </mxGraphModel>
  </diagram>
</mxfile>
